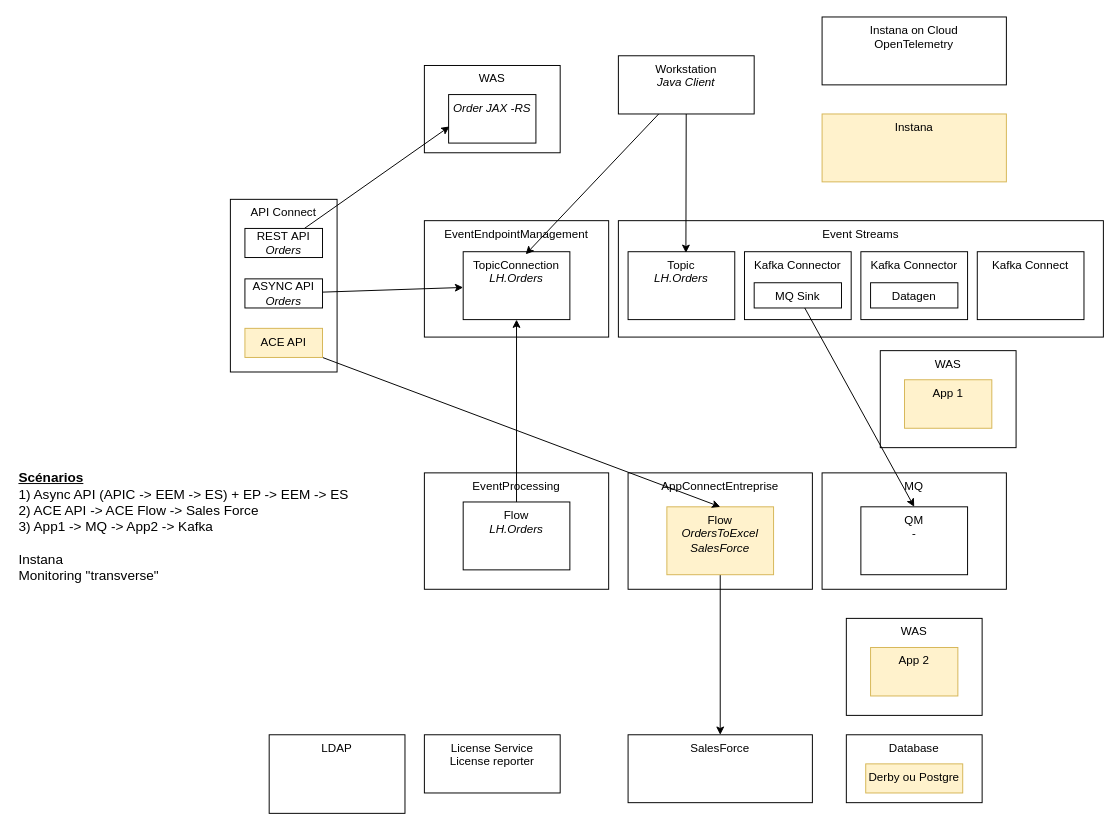
The draw.io diagram page "Architecture" (4 of 8) of doc/design.drawio in ADesprets/cp4i-install, before the edit. Source tidied: cells renumbered, new cells numbered last; positions are measured from the earlier drawing's top-left corner, leaving out a move shared by most shapes. Both pictures are drawn from the tidied source at 97%, with x=0, y=0 at pixel (16, 16).
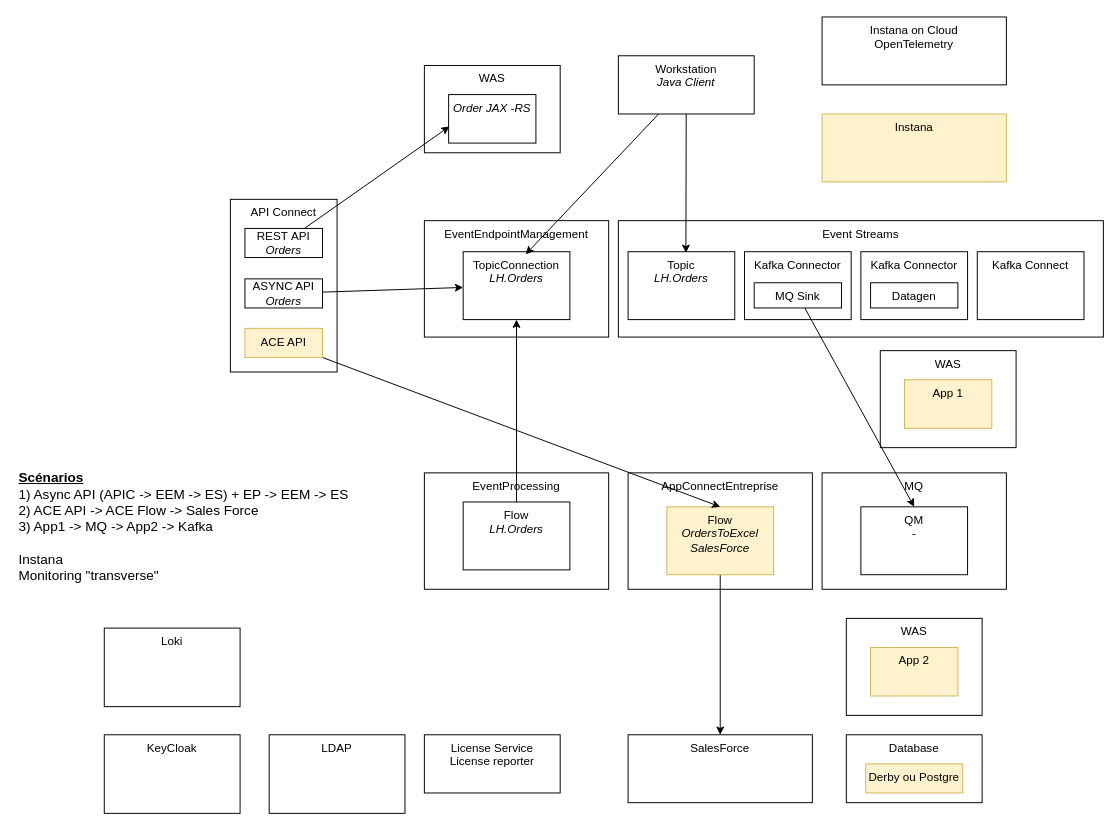
Above is the later version.

The edit, as a diff of the source:
```diff
@@
+    <mxCell id="44" value="KeyCloak" style="rounded=0;whiteSpace=wrap;html=1;verticalAlign=top;" parent="1" vertex="1">
+      <mxGeometry x="90" y="740" width="140" height="81" as="geometry" />
+    </mxCell>
+    <mxCell id="45" value="Loki" style="rounded=0;whiteSpace=wrap;html=1;verticalAlign=top;" parent="1" vertex="1">
+      <mxGeometry x="90" y="630" width="140" height="81" as="geometry" />
+    </mxCell>
```
